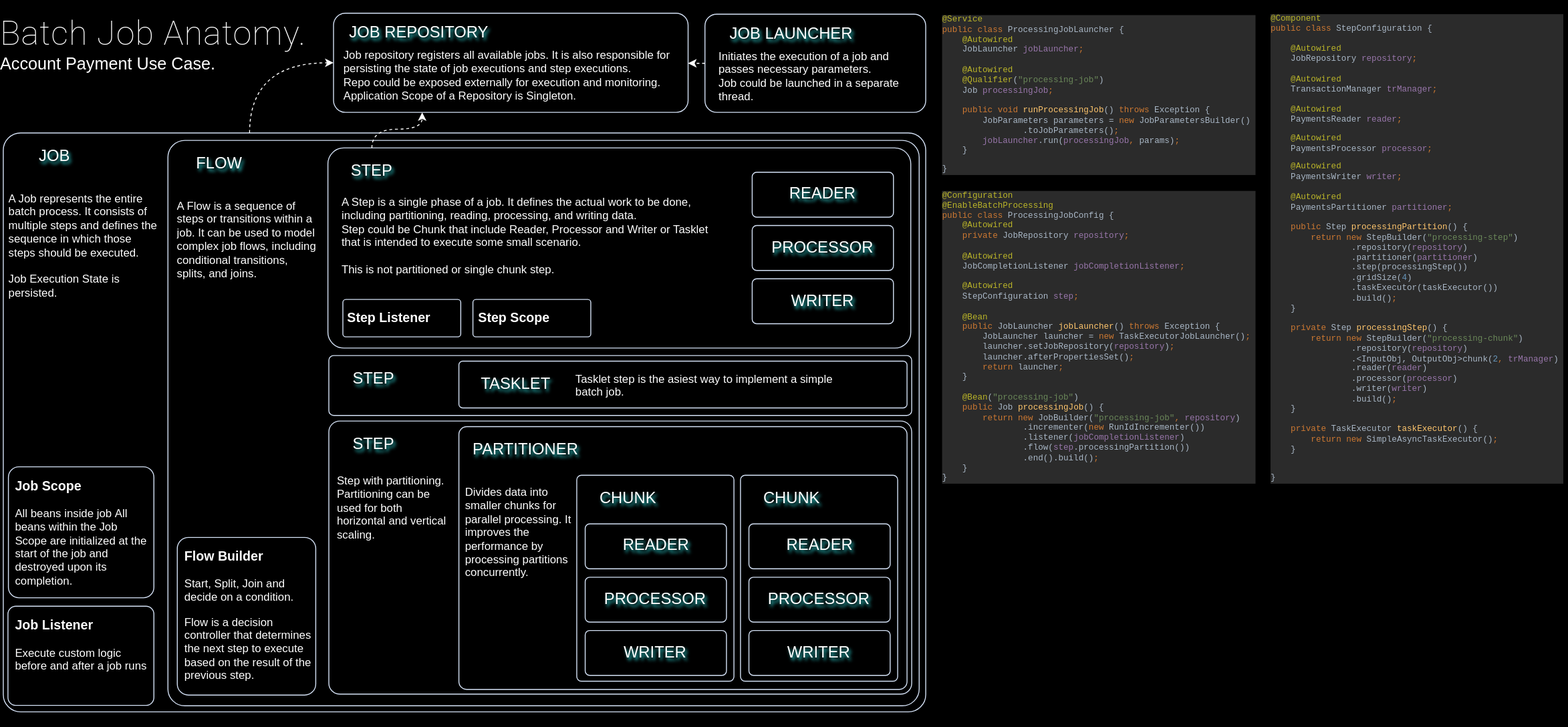
Above: public/images/spring-batch-design.drawio.svg in gsaukov/spring-batch-demo (draw.io), before the change. Source tidied: cells renumbered, new cells last; positions are measured from the earlier drawing's top-left corner, leaving out a move shared by most shapes.
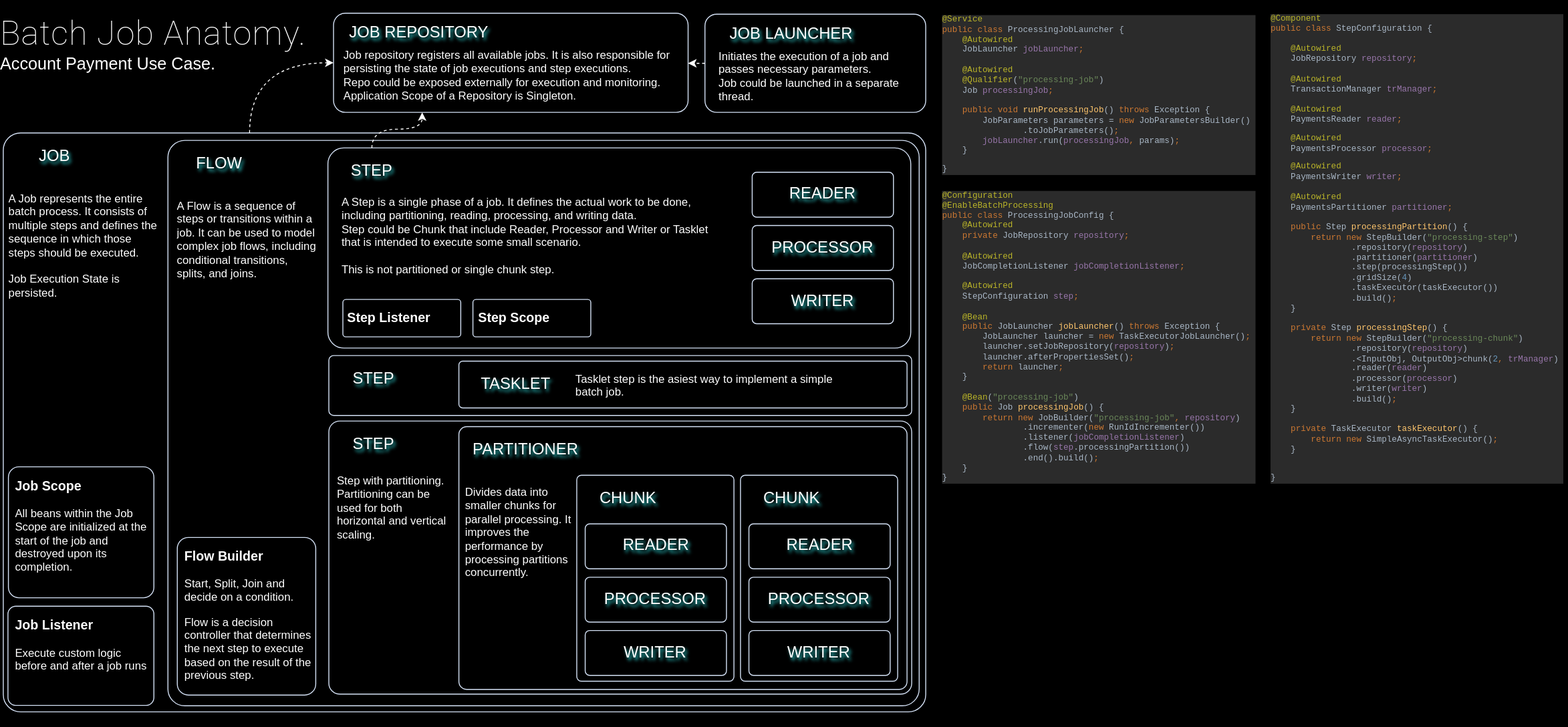
After the commit.

Change to the diagram source:
```diff
@@ -26,7 +26,7 @@
     <mxCell id="9" style="rounded=1;whiteSpace=wrap;html=1;shadow=0;arcSize=8;fillColor=none;glass=0;perimeterSpacing=0;labelBorderColor=none;shadowOffsetX=2;shadowOpacity=80;shadowColor=#33FFFF;strokeColor=#D4E1F5;strokeWidth=1;shadowBlur=1;" parent="1" vertex="1">
       <mxGeometry x="8.5" y="498.5" width="155.5" height="140" as="geometry" />
     </mxCell>
-    <mxCell id="10" value="&lt;h3 style=&quot;margin-top: 0px;&quot;&gt;Job Scope&lt;/h3&gt;&lt;p&gt;All beans inside job&amp;nbsp;&lt;span style=&quot;background-color: initial;&quot;&gt;All beans within the Job Scope are initialized at the start of the job and destroyed upon its completion.&lt;/span&gt;&lt;br&gt;&lt;/p&gt;" style="text;html=1;whiteSpace=wrap;overflow=hidden;rounded=0;fontColor=#FFFFFF;" parent="1" vertex="1">
+    <mxCell id="10" value="&lt;h3 style=&quot;margin-top: 0px;&quot;&gt;Job Scope&lt;/h3&gt;&lt;p&gt;&lt;span style=&quot;background-color: initial;&quot;&gt;All beans within the Job Scope are initialized at the start of the job and destroyed upon its completion.&lt;/span&gt;&lt;br&gt;&lt;/p&gt;" style="text;html=1;whiteSpace=wrap;overflow=hidden;rounded=0;fontColor=#FFFFFF;" parent="1" vertex="1">
       <mxGeometry x="14" y="503.5" width="143" height="130" as="geometry" />
     </mxCell>
     <mxCell id="11" style="rounded=1;whiteSpace=wrap;html=1;shadow=0;arcSize=8;fillColor=none;glass=0;perimeterSpacing=0;labelBorderColor=none;shadowOffsetX=2;shadowOpacity=80;shadowColor=#33FFFF;strokeColor=#D4E1F5;strokeWidth=1;shadowBlur=1;" parent="1" vertex="1">
```
